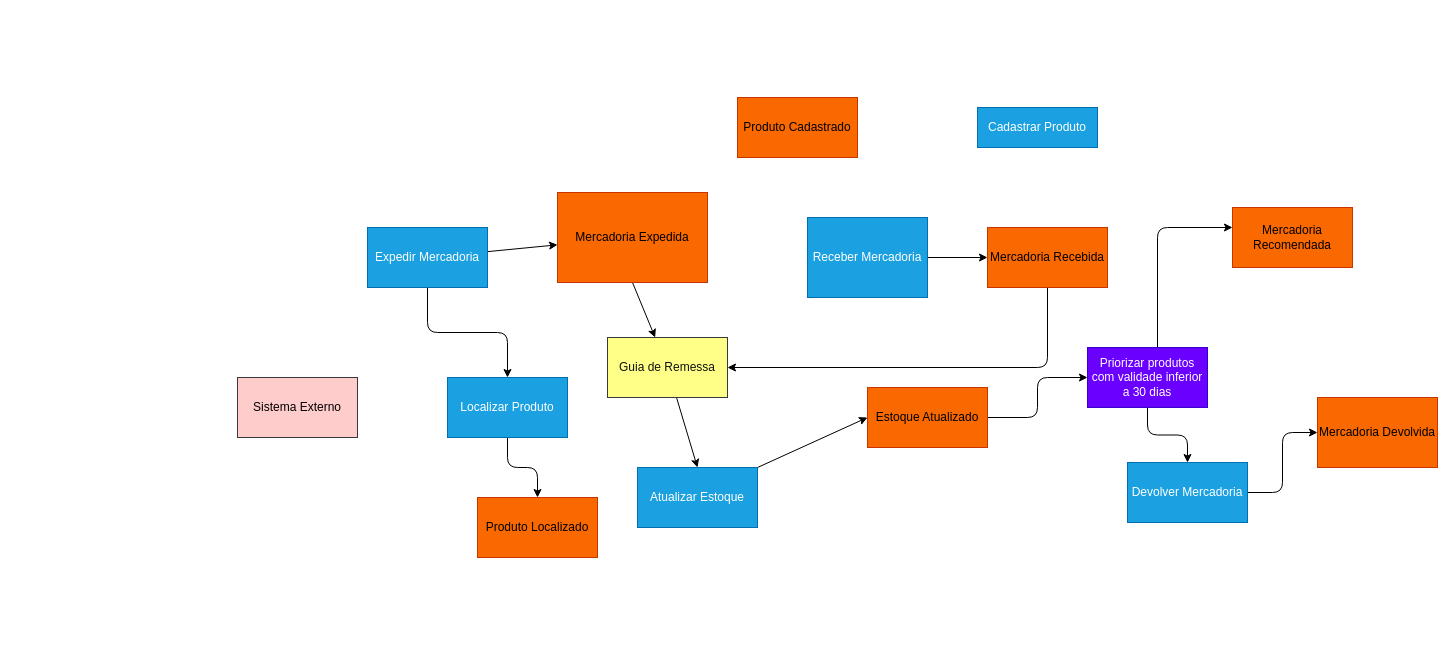
Earlier version of the draw.io diagram eventstorming.drawio (ManuelSampaio/mafonso-estagio-2024-04). Source tidied: cells renumbered, new cells numbered last; positions are measured from the earlier drawing's top-left corner, leaving out a move shared by most shapes. Both pictures are drawn from the tidied source at 100%, with x=0, y=0 at pixel (237, 97).
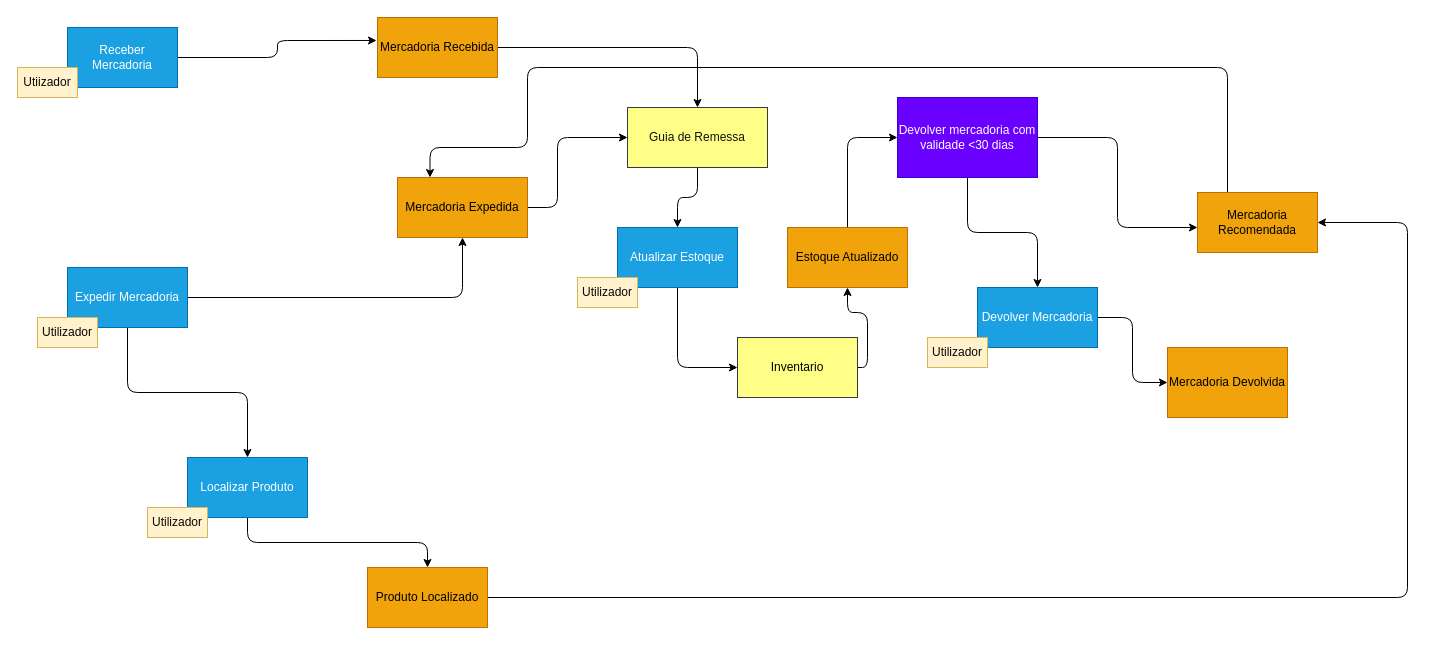
The same page after the edit.

Change to the diagram source:
```diff
@@
-    <mxCell id="2" style="edgeStyle=orthogonalEdgeStyle;html=1;exitX=0.5;exitY=1;exitDx=0;exitDy=0;entryX=1;entryY=0.5;entryDx=0;entryDy=0;fontColor=#000000;" parent="1" edge="1" source="3" target="29">
+    <mxCell id="2" style="edgeStyle=orthogonalEdgeStyle;html=1;exitX=1;exitY=0.5;exitDx=0;exitDy=0;entryX=0.5;entryY=0;entryDx=0;entryDy=0;" parent="1" edge="1" source="3" target="29">
       <mxGeometry relative="1" as="geometry" />
     </mxCell>
-    <mxCell id="3" value="Mercadoria Recebida" style="rounded=0;whiteSpace=wrap;html=1;fillColor=#fa6800;fontColor=#000000;strokeColor=#C73500;" parent="1" vertex="1">
-      <mxGeometry x="750" y="130" width="120" height="60" as="geometry" />
+    <mxCell id="3" value="Mercadoria Recebida" style="rounded=0;whiteSpace=wrap;html=1;fillColor=#f0a30a;fontColor=#000000;strokeColor=#BD7000;" parent="1" vertex="1">
+      <mxGeometry x="140" y="-80" width="120" height="60" as="geometry" />
     </mxCell>
-    <mxCell id="4" style="edgeStyle=none;html=1;exitX=0.5;exitY=1;exitDx=0;exitDy=0;fontColor=#111311;" parent="1" edge="1" source="5" target="29">
-      <mxGeometry relative="1" as="geometry" />
+    <mxCell id="4" style="edgeStyle=orthogonalEdgeStyle;html=1;exitX=1;exitY=0.5;exitDx=0;exitDy=0;entryX=0;entryY=0.5;entryDx=0;entryDy=0;" parent="1" edge="1" source="5" target="29">
+      <mxGeometry relative="1" as="geometry">
+        <Array as="points">
+          <mxPoint x="320" y="110" />
+          <mxPoint x="320" y="40" />
+        </Array>
+      </mxGeometry>
     </mxCell>
-    <mxCell id="5" value="Mercadoria Expedida" style="rounded=0;whiteSpace=wrap;html=1;fillColor=#fa6800;fontColor=#000000;strokeColor=#C73500;" parent="1" vertex="1">
-      <mxGeometry x="320" y="95" width="150" height="90" as="geometry" />
+    <mxCell id="5" value="Mercadoria Expedida" style="rounded=0;whiteSpace=wrap;html=1;fillColor=#f0a30a;fontColor=#000000;strokeColor=#BD7000;" parent="1" vertex="1">
+      <mxGeometry x="160" y="80" width="130" height="60" as="geometry" />
     </mxCell>
-    <mxCell id="6" value="Produto Cadastrado" style="rounded=0;whiteSpace=wrap;html=1;fillColor=#fa6800;fontColor=#000000;strokeColor=#C73500;" parent="1" vertex="1">
-      <mxGeometry x="500" width="120" height="60" as="geometry" />
-    </mxCell>
-    <mxCell id="7" value="Mercadoria Devolvida" style="rounded=0;whiteSpace=wrap;html=1;fillColor=#fa6800;fontColor=#000000;strokeColor=#C73500;" parent="1" vertex="1">
-      <mxGeometry x="1080" y="300" width="120" height="70" as="geometry" />
+    <mxCell id="7" value="Mercadoria Devolvida" style="rounded=0;whiteSpace=wrap;html=1;fillColor=#f0a30a;fontColor=#000000;strokeColor=#BD7000;" parent="1" vertex="1">
+      <mxGeometry x="930" y="250" width="120" height="70" as="geometry" />
     </mxCell>
-    <mxCell id="8" style="edgeStyle=orthogonalEdgeStyle;html=1;exitX=1;exitY=0.5;exitDx=0;exitDy=0;entryX=0;entryY=0.5;entryDx=0;entryDy=0;fontColor=#000000;" parent="1" edge="1" source="9" target="25">
+    <mxCell id="8" style="edgeStyle=orthogonalEdgeStyle;html=1;entryX=0;entryY=0.5;entryDx=0;entryDy=0;" parent="1" edge="1" source="9" target="25">
       <mxGeometry relative="1" as="geometry" />
     </mxCell>
-    <mxCell id="9" value="Estoque Atualizado" style="rounded=0;whiteSpace=wrap;html=1;fillColor=#fa6800;fontColor=#000000;strokeColor=#C73500;" parent="1" vertex="1">
-      <mxGeometry x="630" y="290" width="120" height="60" as="geometry" />
+    <mxCell id="9" value="Estoque Atualizado" style="rounded=0;whiteSpace=wrap;html=1;fillColor=#f0a30a;fontColor=#000000;strokeColor=#BD7000;" parent="1" vertex="1">
+      <mxGeometry x="550" y="130" width="120" height="60" as="geometry" />
     </mxCell>
+    <mxCell id="30" style="edgeStyle=orthogonalEdgeStyle;html=1;exitX=1;exitY=0.5;exitDx=0;exitDy=0;fontColor=#000000;entryX=1;entryY=0.5;entryDx=0;entryDy=0;" parent="1" edge="1" source="10" target="27">
+      <mxGeometry relative="1" as="geometry">
+        <Array as="points">
+          <mxPoint x="1170" y="500" />
+          <mxPoint x="1170" y="125" />
+        </Array>
+      </mxGeometry>
+    </mxCell>
-    <mxCell id="10" value="Produto Localizado" style="rounded=0;whiteSpace=wrap;html=1;fillColor=#fa6800;fontColor=#000000;strokeColor=#C73500;" parent="1" vertex="1">
-      <mxGeometry x="240" y="400" width="120" height="60" as="geometry" />
+    <mxCell id="10" value="Produto Localizado" style="rounded=0;whiteSpace=wrap;html=1;fillColor=#f0a30a;fontColor=#000000;strokeColor=#BD7000;" parent="1" vertex="1">
+      <mxGeometry x="130" y="470" width="120" height="60" as="geometry" />
     </mxCell>
+    <mxCell id="12" style="edgeStyle=orthogonalEdgeStyle;html=1;exitX=0.5;exitY=1;exitDx=0;exitDy=0;entryX=0.5;entryY=0;entryDx=0;entryDy=0;fontColor=#000000;" parent="1" edge="1" source="13" target="15">
+      <mxGeometry relative="1" as="geometry" />
+    </mxCell>
-    <mxCell id="11" style="edgeStyle=none;html=1;" parent="1" edge="1" source="13" target="5">
+    <mxCell id="11" style="edgeStyle=orthogonalEdgeStyle;html=1;exitX=1;exitY=0.5;exitDx=0;exitDy=0;entryX=0.5;entryY=1;entryDx=0;entryDy=0;" parent="1" edge="1" source="13" target="5">
       <mxGeometry relative="1" as="geometry" />
     </mxCell>
-    <mxCell id="12" style="edgeStyle=orthogonalEdgeStyle;html=1;exitX=0.5;exitY=1;exitDx=0;exitDy=0;entryX=0.5;entryY=0;entryDx=0;entryDy=0;fontColor=#000000;" parent="1" edge="1" source="13" target="15">
-      <mxGeometry relative="1" as="geometry" />
-    </mxCell>
     <mxCell id="13" value="Expedir Mercadoria" style="rounded=0;whiteSpace=wrap;html=1;fillColor=#1ba1e2;strokeColor=#006EAF;fontColor=#ffffff;" parent="1" vertex="1">
-      <mxGeometry x="130" y="130" width="120" height="60" as="geometry" />
+      <mxGeometry x="-170" y="170" width="120" height="60" as="geometry" />
     </mxCell>
@@
     <mxCell id="15" value="Localizar Produto" style="rounded=0;whiteSpace=wrap;html=1;fillColor=#1ba1e2;fontColor=#ffffff;strokeColor=#006EAF;" parent="1" vertex="1">
-      <mxGeometry x="210" y="280" width="120" height="60" as="geometry" />
+      <mxGeometry x="-50" y="360" width="120" height="60" as="geometry" />
     </mxCell>
-    <mxCell id="16" value="Cadastrar Produto" style="rounded=0;whiteSpace=wrap;html=1;fillColor=#1ba1e2;fontColor=#ffffff;strokeColor=#006EAF;" parent="1" vertex="1">
-      <mxGeometry x="740" y="10" width="120" height="40" as="geometry" />
-    </mxCell>
-    <mxCell id="17" style="edgeStyle=none;html=1;exitX=1;exitY=0;exitDx=0;exitDy=0;entryX=0;entryY=0.5;entryDx=0;entryDy=0;fontColor=#111311;" parent="1" edge="1" source="18" target="9">
-      <mxGeometry relative="1" as="geometry" />
-    </mxCell>
+    <mxCell id="31" style="edgeStyle=orthogonalEdgeStyle;html=1;exitX=0.5;exitY=1;exitDx=0;exitDy=0;entryX=0;entryY=0.5;entryDx=0;entryDy=0;fontColor=#000000;" parent="1" edge="1" source="18" target="34">
+      <mxGeometry relative="1" as="geometry" />
+    </mxCell>
     <mxCell id="18" value="Atualizar Estoque" style="rounded=0;whiteSpace=wrap;html=1;fillColor=#1ba1e2;fontColor=#ffffff;strokeColor=#006EAF;" parent="1" vertex="1">
-      <mxGeometry x="400" y="370" width="120" height="60" as="geometry" />
+      <mxGeometry x="380" y="130" width="120" height="60" as="geometry" />
     </mxCell>
-    <mxCell id="19" style="edgeStyle=none;html=1;" parent="1" edge="1" source="20" target="3">
+    <mxCell id="19" style="edgeStyle=orthogonalEdgeStyle;html=1;entryX=-0.008;entryY=0.383;entryDx=0;entryDy=0;entryPerimeter=0;" parent="1" edge="1" source="20" target="3">
       <mxGeometry relative="1" as="geometry" />
     </mxCell>
     <mxCell id="20" value="Receber Mercadoria" style="rounded=0;whiteSpace=wrap;html=1;fillColor=#1ba1e2;fontColor=#ffffff;strokeColor=#006EAF;" parent="1" vertex="1">
-      <mxGeometry x="570" y="120" width="120" height="80" as="geometry" />
+      <mxGeometry x="-170" y="-70" width="110" height="60" as="geometry" />
     </mxCell>
@@
     <mxCell id="22" value="Devolver Mercadoria" style="rounded=0;whiteSpace=wrap;html=1;fillColor=#1ba1e2;fontColor=#ffffff;strokeColor=#006EAF;" parent="1" vertex="1">
-      <mxGeometry x="890" y="365" width="120" height="60" as="geometry" />
+      <mxGeometry x="740" y="190" width="120" height="60" as="geometry" />
     </mxCell>
     <mxCell id="23" style="edgeStyle=orthogonalEdgeStyle;html=1;fontColor=#111311;" parent="1" edge="1" source="25" target="27">
       <mxGeometry relative="1" as="geometry">
         <Array as="points">
-          <mxPoint x="920" y="130" />
+          <mxPoint x="880" y="130" />
         </Array>
       </mxGeometry>
     </mxCell>
@@
-    <mxCell id="25" value="Priorizar produtos com validade inferior a 30 dias" style="rounded=0;whiteSpace=wrap;html=1;fillColor=#6a00ff;fontColor=#ffffff;strokeColor=#3700CC;" parent="1" vertex="1">
-      <mxGeometry x="850" y="250" width="120" height="60" as="geometry" />
+    <mxCell id="25" value="Devolver mercadoria com validade &amp;lt;30 dias" style="rounded=0;whiteSpace=wrap;html=1;fillColor=#6a00ff;fontColor=#ffffff;strokeColor=#3700CC;" parent="1" vertex="1">
+      <mxGeometry x="660" width="140" height="80" as="geometry" />
     </mxCell>
-    <mxCell id="26" value="&lt;font color=&quot;#000000&quot;&gt;Sistema Externo&lt;/font&gt;" style="rounded=0;whiteSpace=wrap;html=1;fillColor=#ffcccc;strokeColor=#36393d;" parent="1" vertex="1">
-      <mxGeometry y="280" width="120" height="60" as="geometry" />
-    </mxCell>
+    <mxCell id="32" style="edgeStyle=orthogonalEdgeStyle;html=1;exitX=0.25;exitY=0;exitDx=0;exitDy=0;entryX=0.25;entryY=0;entryDx=0;entryDy=0;fontColor=#000000;" parent="1" edge="1" source="27" target="5">
+      <mxGeometry relative="1" as="geometry">
+        <Array as="points">
+          <mxPoint x="990" y="-30" />
+          <mxPoint x="290" y="-30" />
+          <mxPoint x="290" y="50" />
+          <mxPoint x="193" y="50" />
+        </Array>
+      </mxGeometry>
+    </mxCell>
-    <mxCell id="27" value="Mercadoria Recomendada" style="rounded=0;whiteSpace=wrap;html=1;fillColor=#fa6800;fontColor=#000000;strokeColor=#C73500;" parent="1" vertex="1">
-      <mxGeometry x="995" y="110" width="120" height="60" as="geometry" />
+    <mxCell id="27" value="Mercadoria Recomendada" style="rounded=0;whiteSpace=wrap;html=1;fillColor=#f0a30a;fontColor=#000000;strokeColor=#BD7000;" parent="1" vertex="1">
+      <mxGeometry x="960" y="95" width="120" height="60" as="geometry" />
     </mxCell>
-    <mxCell id="28" style="edgeStyle=none;html=1;entryX=0.5;entryY=0;entryDx=0;entryDy=0;fontColor=#111311;" parent="1" edge="1" source="29" target="18">
+    <mxCell id="28" style="edgeStyle=orthogonalEdgeStyle;html=1;exitX=0.5;exitY=1;exitDx=0;exitDy=0;entryX=0.5;entryY=0;entryDx=0;entryDy=0;fontColor=#000000;" parent="1" edge="1" source="29" target="18">
       <mxGeometry relative="1" as="geometry" />
     </mxCell>
     <mxCell id="29" value="&lt;font color=&quot;#111311&quot;&gt;Guia de Remessa&lt;/font&gt;" style="rounded=0;whiteSpace=wrap;html=1;fillColor=#ffff88;strokeColor=#36393d;" parent="1" vertex="1">
-      <mxGeometry x="370" y="240" width="120" height="60" as="geometry" />
+      <mxGeometry x="390" y="10" width="140" height="60" as="geometry" />
     </mxCell>
+    <mxCell id="33" style="edgeStyle=orthogonalEdgeStyle;html=1;exitX=1;exitY=0.5;exitDx=0;exitDy=0;entryX=0.5;entryY=1;entryDx=0;entryDy=0;fontColor=#000000;" parent="1" edge="1" source="34" target="9">
+      <mxGeometry relative="1" as="geometry" />
+    </mxCell>
+    <mxCell id="34" value="&lt;font color=&quot;#000000&quot;&gt;Inventario&lt;/font&gt;" style="rounded=0;whiteSpace=wrap;html=1;fillColor=#ffff88;strokeColor=#36393d;" parent="1" vertex="1">
+      <mxGeometry x="500" y="240" width="120" height="60" as="geometry" />
+    </mxCell>
+    <mxCell id="35" value="&lt;font color=&quot;#0e0707&quot;&gt;Utiizador&lt;/font&gt;" style="rounded=0;whiteSpace=wrap;html=1;fillColor=#fff2cc;strokeColor=#d6b656;" parent="1" vertex="1">
+      <mxGeometry x="-220" y="-30" width="60" height="30" as="geometry" />
+    </mxCell>
+    <mxCell id="36" value="&lt;font color=&quot;#0e0707&quot;&gt;Utilizador&lt;/font&gt;" style="rounded=0;whiteSpace=wrap;html=1;fillColor=#fff2cc;strokeColor=#d6b656;" parent="1" vertex="1">
+      <mxGeometry x="340" y="180" width="60" height="30" as="geometry" />
+    </mxCell>
+    <mxCell id="37" value="&lt;font color=&quot;#0e0707&quot;&gt;Utilizador&lt;/font&gt;" style="rounded=0;whiteSpace=wrap;html=1;fillColor=#fff2cc;strokeColor=#d6b656;" parent="1" vertex="1">
+      <mxGeometry x="690" y="240" width="60" height="30" as="geometry" />
+    </mxCell>
+    <mxCell id="38" value="&lt;font color=&quot;#0e0707&quot;&gt;Utilizador&lt;/font&gt;" style="rounded=0;whiteSpace=wrap;html=1;fillColor=#fff2cc;strokeColor=#d6b656;" parent="1" vertex="1">
+      <mxGeometry x="-90" y="410" width="60" height="30" as="geometry" />
+    </mxCell>
+    <mxCell id="39" value="&lt;font color=&quot;#0e0707&quot;&gt;Utilizador&lt;/font&gt;" style="rounded=0;whiteSpace=wrap;html=1;fillColor=#fff2cc;strokeColor=#d6b656;" parent="1" vertex="1">
+      <mxGeometry x="-200" y="220" width="60" height="30" as="geometry" />
+    </mxCell>
```
